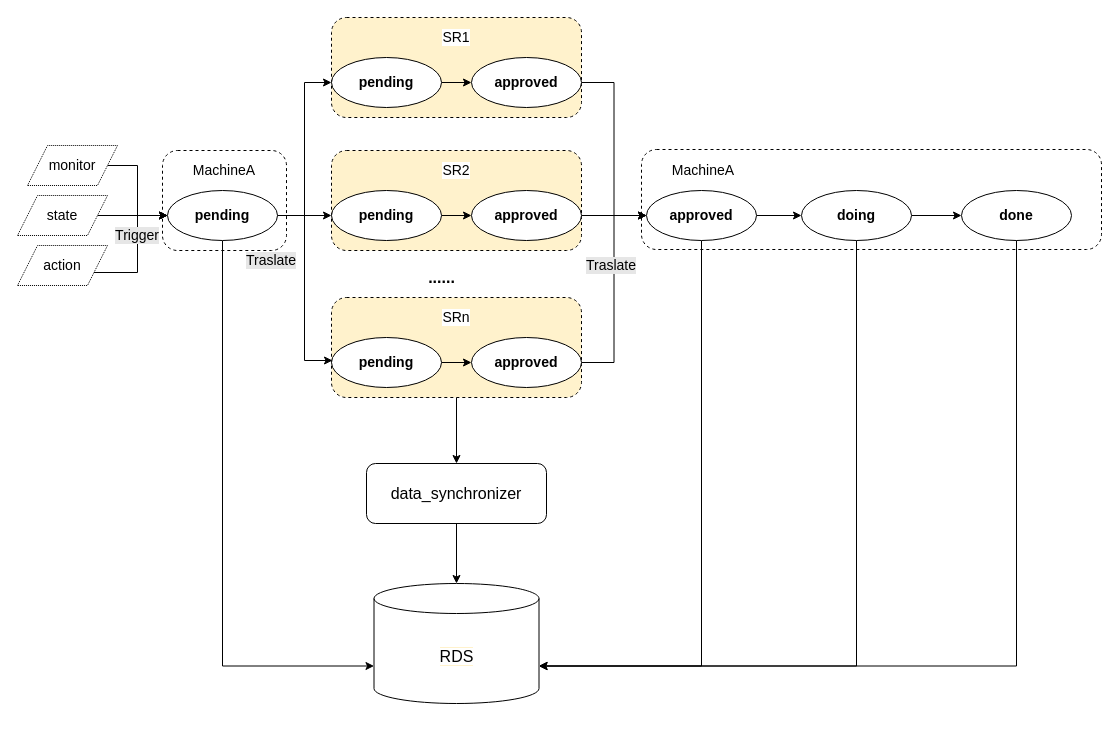
This is data_link.drawio from HellenWang/12, a draw.io file, before an edit. Source tidied: cells renumbered, new cells numbered last; positions are measured from the earlier drawing's top-left corner, leaving out a move shared by most shapes. Both pictures are drawn from the tidied source at 100%, with x=0, y=0 at pixel (17, 17).
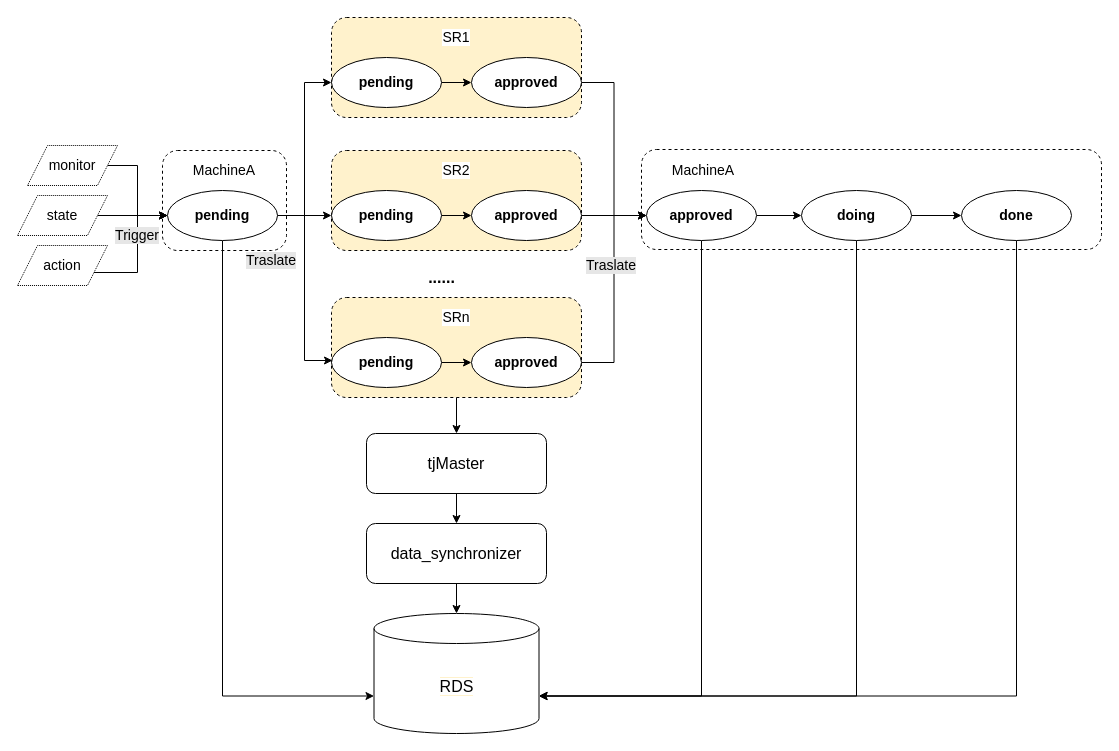
Above is the later version.

Change to the diagram source:
```diff
@@
     <mxCell id="49" value="&lt;span style=&quot;background-color: rgb(255 , 255 , 255)&quot;&gt;RDS&lt;/span&gt;" style="shape=cylinder3;whiteSpace=wrap;html=1;boundedLbl=1;backgroundOutline=1;size=15;labelBackgroundColor=#FFF2CC;fontSize=16;" parent="1" vertex="1">
-      <mxGeometry x="356.5" y="566" width="165" height="120" as="geometry" />
+      <mxGeometry x="356.5" y="596" width="165" height="120" as="geometry" />
     </mxCell>
-    <mxCell id="50" style="edgeStyle=orthogonalEdgeStyle;rounded=0;jettySize=auto;html=1;fontSize=16;" parent="1" edge="1" source="51" target="49">
-      <mxGeometry relative="1" as="geometry" />
-    </mxCell>
+    <mxCell id="52" style="edgeStyle=orthogonalEdgeStyle;rounded=0;jettySize=auto;html=1;fontSize=16;" parent="1" edge="1" source="51" target="54">
+      <mxGeometry relative="1" as="geometry" />
+    </mxCell>
-    <mxCell id="51" value="data_synchronizer" style="rounded=1;whiteSpace=wrap;html=1;labelBackgroundColor=none;fillColor=#ffffff;fontSize=16;" parent="1" vertex="1">
-      <mxGeometry x="349" y="446" width="180" height="60" as="geometry" />
+    <mxCell id="51" value="tjMaster" style="rounded=1;whiteSpace=wrap;html=1;labelBackgroundColor=none;fillColor=#ffffff;fontSize=16;" parent="1" vertex="1">
+      <mxGeometry x="349" y="416" width="180" height="60" as="geometry" />
     </mxCell>
+    <mxCell id="53" style="edgeStyle=orthogonalEdgeStyle;rounded=0;jettySize=auto;html=1;fontSize=16;" parent="1" edge="1" source="54" target="49">
+      <mxGeometry relative="1" as="geometry" />
+    </mxCell>
+    <mxCell id="54" value="data_synchronizer" style="rounded=1;whiteSpace=wrap;html=1;labelBackgroundColor=none;fillColor=#ffffff;fontSize=16;" parent="1" vertex="1">
+      <mxGeometry x="349" y="506" width="180" height="60" as="geometry" />
+    </mxCell>
```
